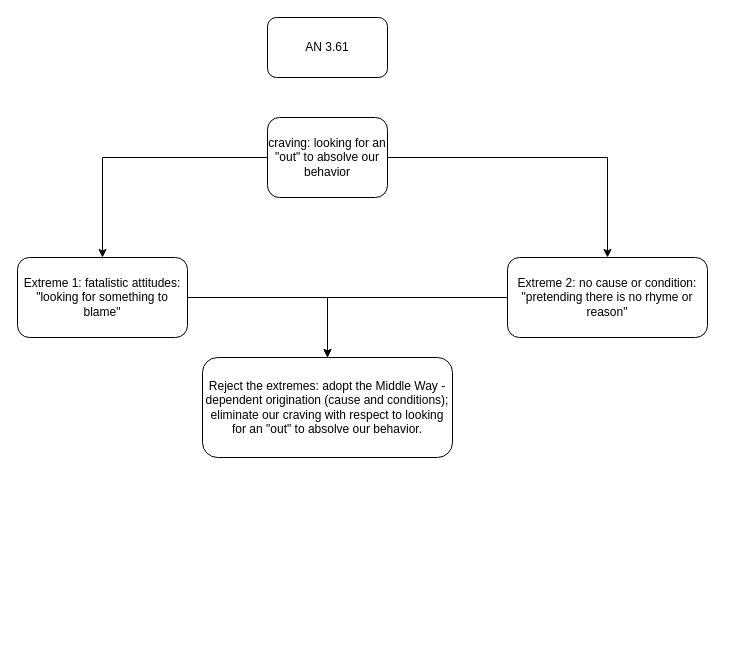
This is Untitled Diagram.drawio from vigneshvalliappan/Dhamma, a draw.io file, before an edit. Source tidied: cells renumbered, new cells numbered last; positions are measured from the earlier drawing's top-left corner, leaving out a move shared by most shapes. Both pictures are drawn from the tidied source at 100%, with x=0, y=0 at pixel (17, 17).
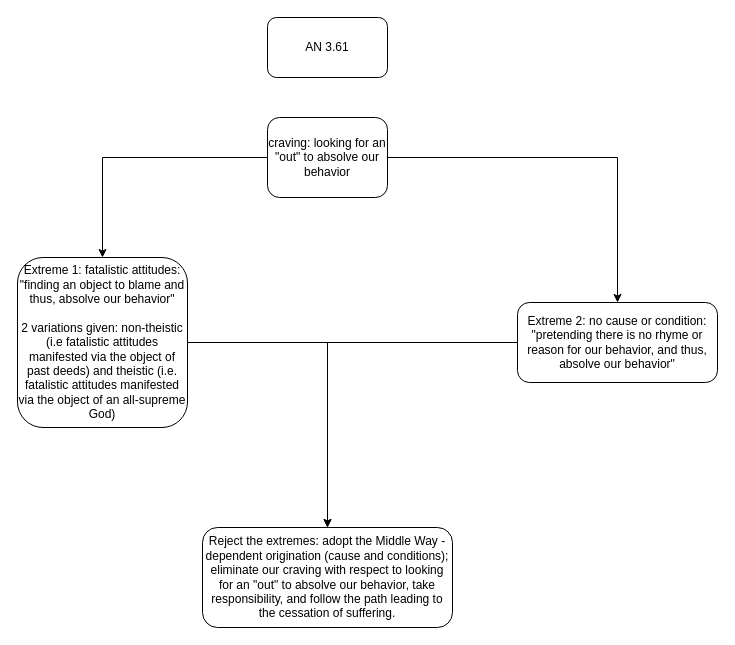
The same page after the edit.

What changed in the source:
```diff
@@
 <mxGraphModel>
   <root>
     <mxCell id="0" />
     <mxCell id="1" parent="0" />
     <mxCell id="2" style="edgeStyle=orthogonalEdgeStyle;rounded=0;jettySize=auto;html=1;entryX=0.5;entryY=0;entryDx=0;entryDy=0;" parent="1" edge="1" source="4" target="6">
       <mxGeometry relative="1" as="geometry" />
     </mxCell>
     <mxCell id="3" style="edgeStyle=orthogonalEdgeStyle;rounded=0;jettySize=auto;html=1;entryX=0.5;entryY=0;entryDx=0;entryDy=0;" parent="1" edge="1" source="4" target="8">
       <mxGeometry relative="1" as="geometry" />
     </mxCell>
     <mxCell id="4" value="&lt;div&gt;craving: looking for an &quot;out&quot; to absolve our behavior&lt;/div&gt;" style="rounded=1;whiteSpace=wrap;html=1;fontSize=12;glass=0;strokeWidth=1;shadow=0;" parent="1" vertex="1">
       <mxGeometry x="250" y="100" width="120" height="80" as="geometry" />
     </mxCell>
     <mxCell id="5" style="edgeStyle=orthogonalEdgeStyle;rounded=0;jettySize=auto;html=1;" parent="1" edge="1" source="6" target="9">
       <mxGeometry relative="1" as="geometry" />
     </mxCell>
-    <mxCell id="6" value="Extreme 1: fatalistic attitudes: &quot;looking for something to blame&quot;" style="rounded=1;whiteSpace=wrap;html=1;" parent="1" vertex="1">
-      <mxGeometry y="240" width="170" height="80" as="geometry" />
+    <mxCell id="6" value="&lt;div&gt;Extreme 1: fatalistic attitudes: &quot;finding an object to blame and thus, absolve our behavior&quot;&lt;/div&gt;&lt;div&gt;&lt;br&gt;&lt;/div&gt;&lt;div&gt;2 variations given: non-theistic (i.e fatalistic attitudes manifested via the object of past deeds) and theistic (i.e. fatalistic attitudes manifested via the object of an all-supreme God)&lt;/div&gt;" style="rounded=1;whiteSpace=wrap;html=1;" parent="1" vertex="1">
+      <mxGeometry y="240" width="170" height="170" as="geometry" />
     </mxCell>
     <mxCell id="7" style="edgeStyle=orthogonalEdgeStyle;rounded=0;jettySize=auto;html=1;" parent="1" edge="1" source="8" target="9">
       <mxGeometry relative="1" as="geometry" />
     </mxCell>
-    <mxCell id="8" value="Extreme 2: no cause or condition: &quot;pretending there is no rhyme or reason&quot;" style="rounded=1;whiteSpace=wrap;html=1;" parent="1" vertex="1">
-      <mxGeometry x="490" y="240" width="200" height="80" as="geometry" />
+    <mxCell id="8" value="Extreme 2: no cause or condition: &quot;pretending there is no rhyme or reason for our behavior, and thus, absolve our behavior&quot;" style="rounded=1;whiteSpace=wrap;html=1;" parent="1" vertex="1">
+      <mxGeometry x="500" y="285" width="200" height="80" as="geometry" />
     </mxCell>
-    <mxCell id="9" value="Reject the extremes: adopt the Middle Way - dependent origination (cause and conditions); eliminate our craving with respect to looking for an &quot;out&quot; to absolve our behavior." style="rounded=1;whiteSpace=wrap;html=1;" parent="1" vertex="1">
-      <mxGeometry x="185" y="340" width="250" height="100" as="geometry" />
+    <mxCell id="9" value="Reject the extremes: adopt the Middle Way - dependent origination (cause and conditions); eliminate our craving with respect to looking for an &quot;out&quot; to absolve our behavior, take responsibility, and follow the path leading to the cessation of suffering." style="rounded=1;whiteSpace=wrap;html=1;" parent="1" vertex="1">
+      <mxGeometry x="185" y="510" width="250" height="100" as="geometry" />
     </mxCell>
     <mxCell id="10" value="AN 3.61" style="rounded=1;whiteSpace=wrap;html=1;" parent="1" vertex="1">
       <mxGeometry x="250" width="120" height="60" as="geometry" />
     </mxCell>
   </root>
 </mxGraphModel>
```
